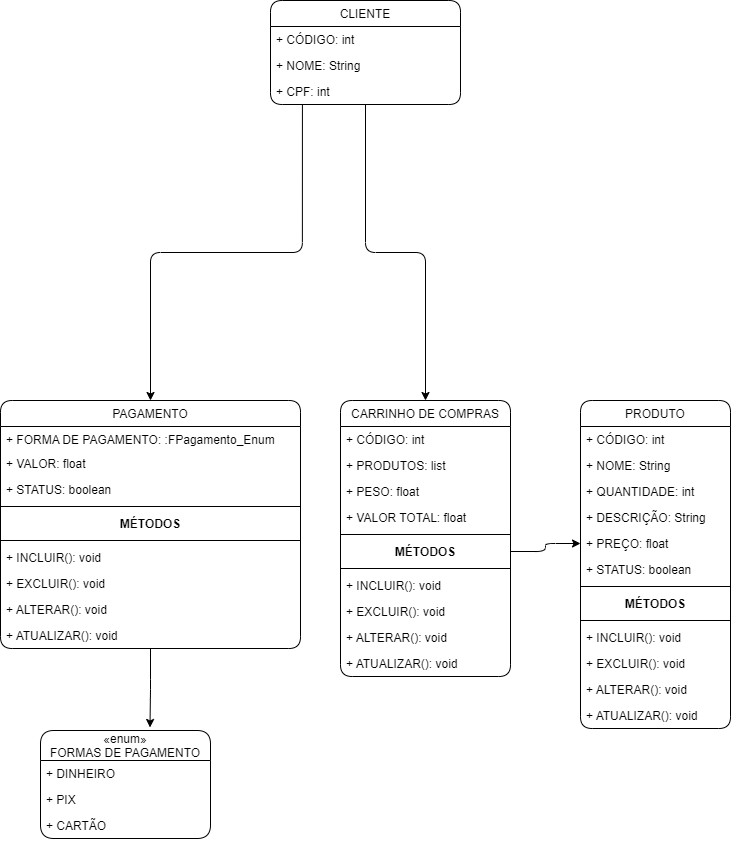
Earlier version of the draw.io export Untitled Diagram.drawio.png (joao100101/Engenharia-De-Software). Source tidied: cells renumbered, new cells last; positions are measured from the earlier drawing's top-left corner, leaving out a move shared by most shapes.
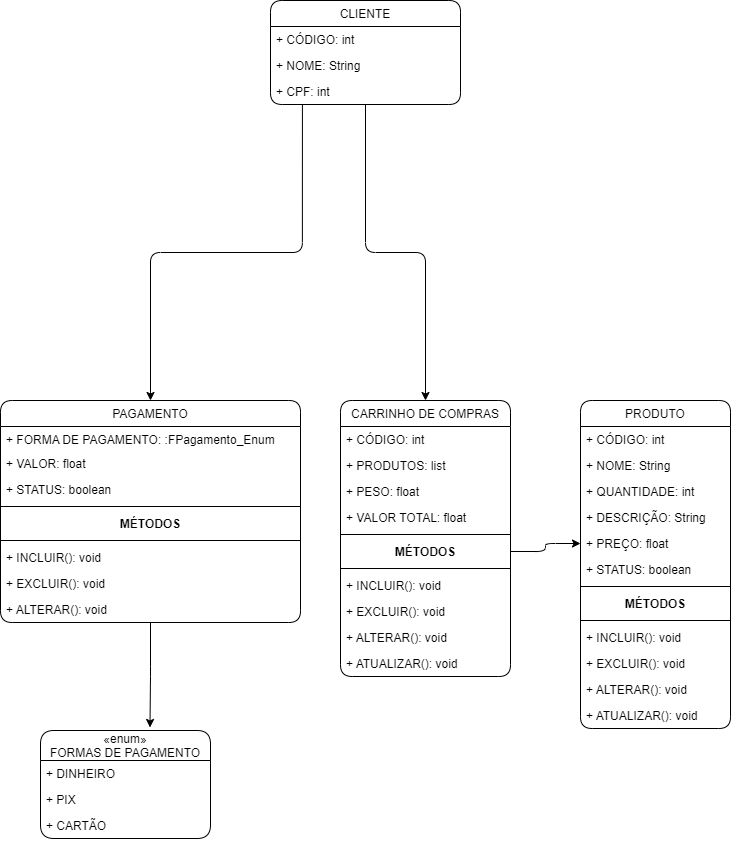
After the change.

Commit message:
Atualizado pagamento

The edit, as a diff of the source:
```diff
@@ -102,7 +102,7 @@
       <mxGeometry relative="1" as="geometry" />
     </mxCell>
     <mxCell id="35" value="PAGAMENTO" style="swimlane;fontStyle=0;horizontal=1;startSize=26;fillColor=none;rounded=1;" parent="1" vertex="1">
-      <mxGeometry y="400" width="300" height="248" as="geometry" />
+      <mxGeometry y="400" width="300" height="222" as="geometry" />
     </mxCell>
     <mxCell id="36" value="+ FORMA DE PAGAMENTO: :FPagamento_Enum" style="text;strokeColor=none;fillColor=none;align=left;verticalAlign=top;spacingLeft=4;spacingRight=4;overflow=hidden;rounded=1;" parent="35" vertex="1">
       <mxGeometry y="26" width="300" height="24" as="geometry" />
@@ -131,9 +131,6 @@
     <mxCell id="44" value="+ ALTERAR(): void" style="text;strokeColor=none;fillColor=none;align=left;verticalAlign=top;spacingLeft=4;spacingRight=4;overflow=hidden;rounded=1;" parent="35" vertex="1">
       <mxGeometry y="196" width="300" height="26" as="geometry" />
     </mxCell>
-    <mxCell id="45" value="+ ATUALIZAR(): void" style="text;strokeColor=none;fillColor=none;align=left;verticalAlign=top;spacingLeft=4;spacingRight=4;overflow=hidden;rounded=1;" parent="35" vertex="1">
-      <mxGeometry y="222" width="300" height="26" as="geometry" />
-    </mxCell>
     <mxCell id="46" value="«enum»&#10;FORMAS DE PAGAMENTO" style="swimlane;fontStyle=0;horizontal=1;startSize=30;fillColor=none;rounded=1;" parent="1" vertex="1">
       <mxGeometry x="40" y="730" width="170" height="108" as="geometry" />
     </mxCell>
```
